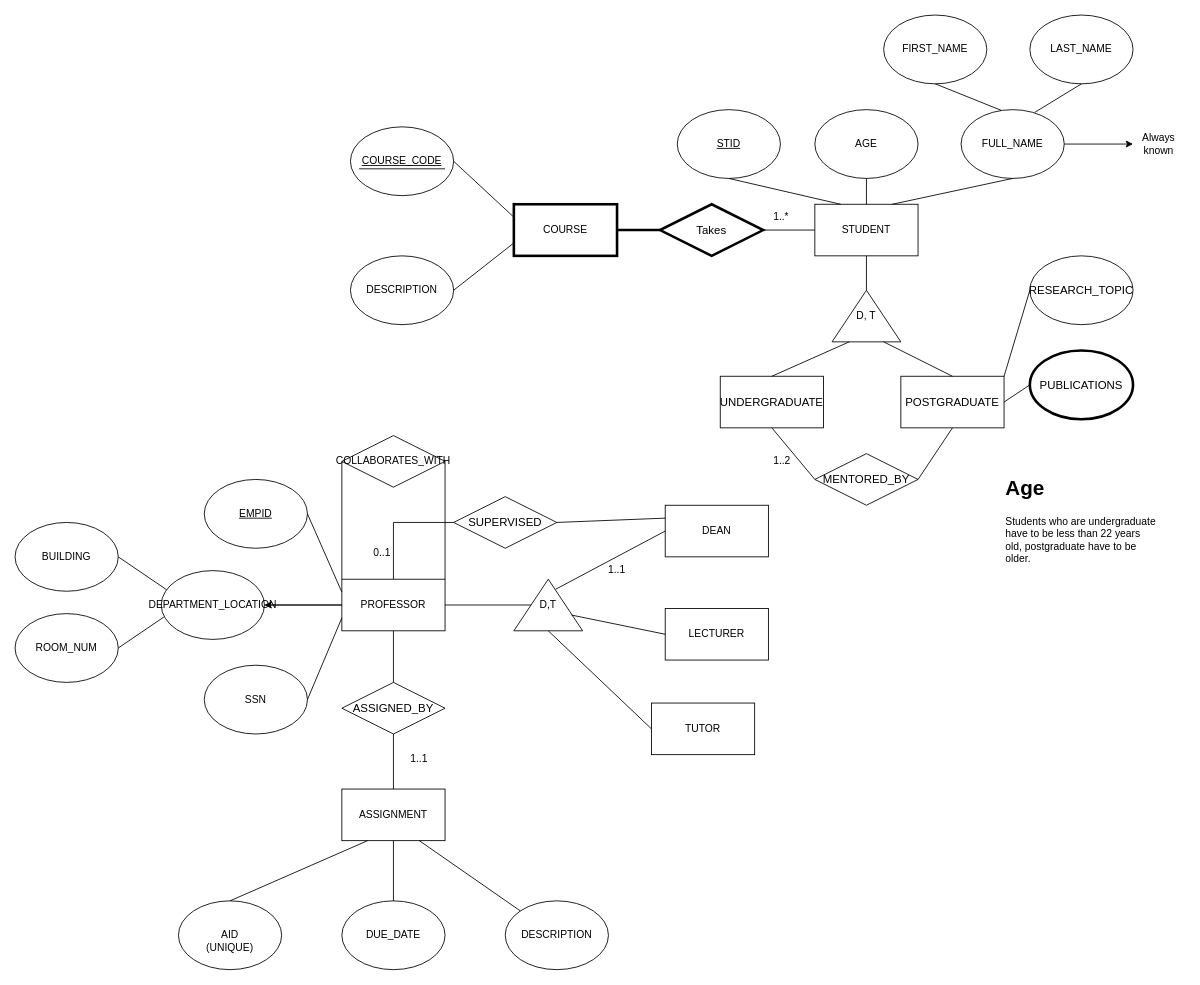
The draw.io diagram DM-HW1_Janis & Cuihuan.drawio in us-ja/Data_Management, before the edit. Source tidied: cells renumbered, new cells numbered last; positions are measured from the earlier drawing's top-left corner, leaving out a move shared by most shapes. Both pictures are drawn from the tidied source at 86%, with x=0, y=0 at pixel (15, 15).
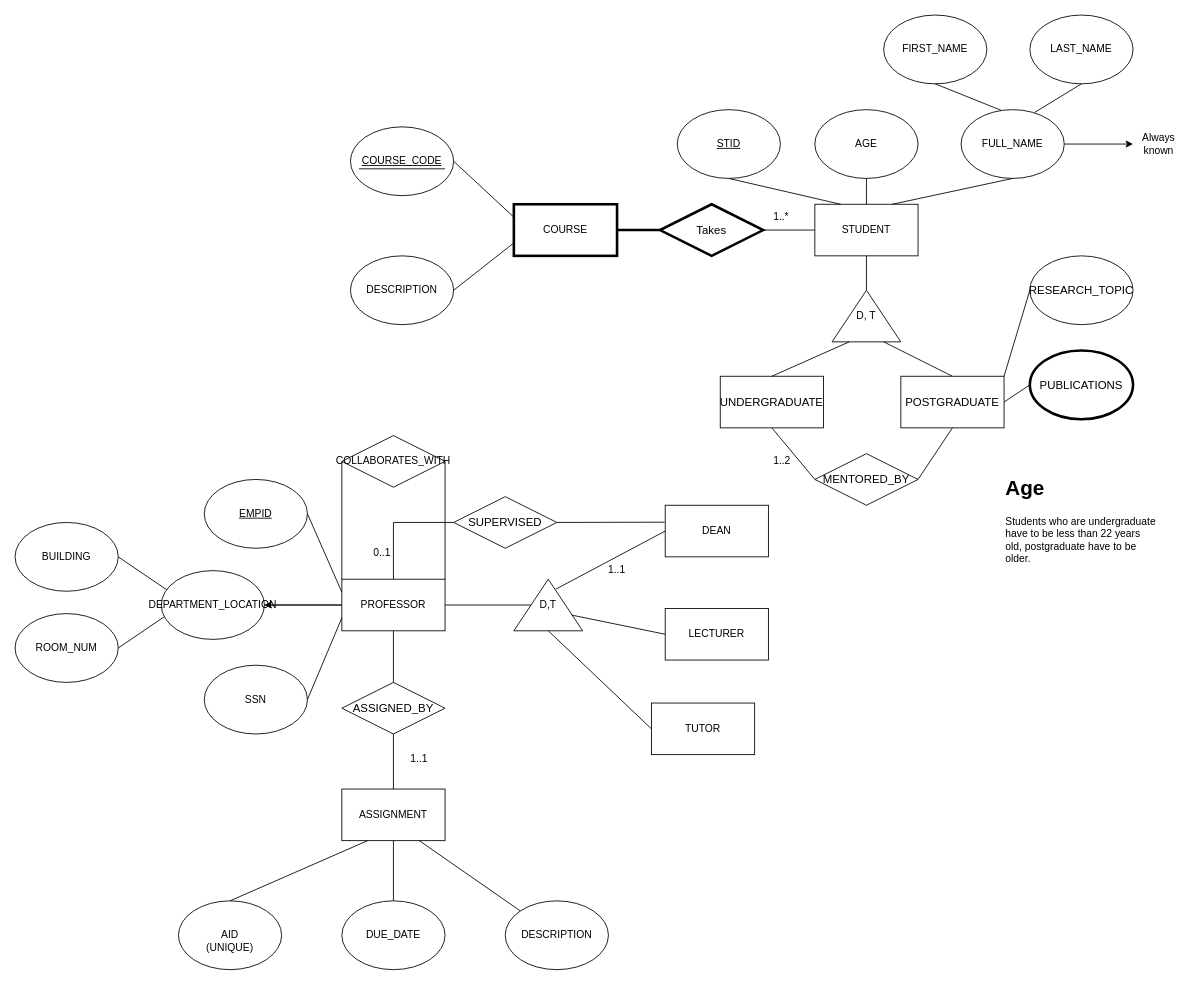
After the change.

Commit message:
correct layout

The change refers to these unchanged cells:
```xml
<mxCell id="62" value="DEAN" style="rounded=0;whiteSpace=wrap;html=1;" parent="1" vertex="1">
  <mxGeometry x="756" y="570" width="120" height="60" as="geometry" />
</mxCell>
<mxCell id="67" value="&lt;div style=&quot;text-align: start;&quot;&gt;&lt;font face=&quot;LMRoman10-Regular&quot;&gt;&lt;span style=&quot;font-size: 13.2835px;&quot;&gt;SUPERVISED&lt;/span&gt;&lt;/font&gt;&lt;/div&gt;" style="shape=rhombus;perimeter=rhombusPerimeter;whiteSpace=wrap;html=1;align=center;" parent="1" vertex="1">
  <mxGeometry x="510" y="560" width="120" height="60" as="geometry" />
</mxCell>
```

Diff of the diagram source:
```diff
@@
-    <mxCell id="68" style="endArrow=none;html=1;rounded=0;exitX=0;exitY=0.25;exitDx=0;exitDy=0;entryX=1;entryY=0.5;entryDx=0;entryDy=0;" parent="1" edge="1" source="62" target="67">
+    <mxCell id="68" style="endArrow=none;html=1;rounded=0;exitX=-0.007;exitY=0.328;exitDx=0;exitDy=0;entryX=1;entryY=0.5;entryDx=0;entryDy=0;exitPerimeter=0;" parent="1" edge="1" source="62" target="67">
       <mxGeometry relative="1" as="geometry" />
     </mxCell>
```
